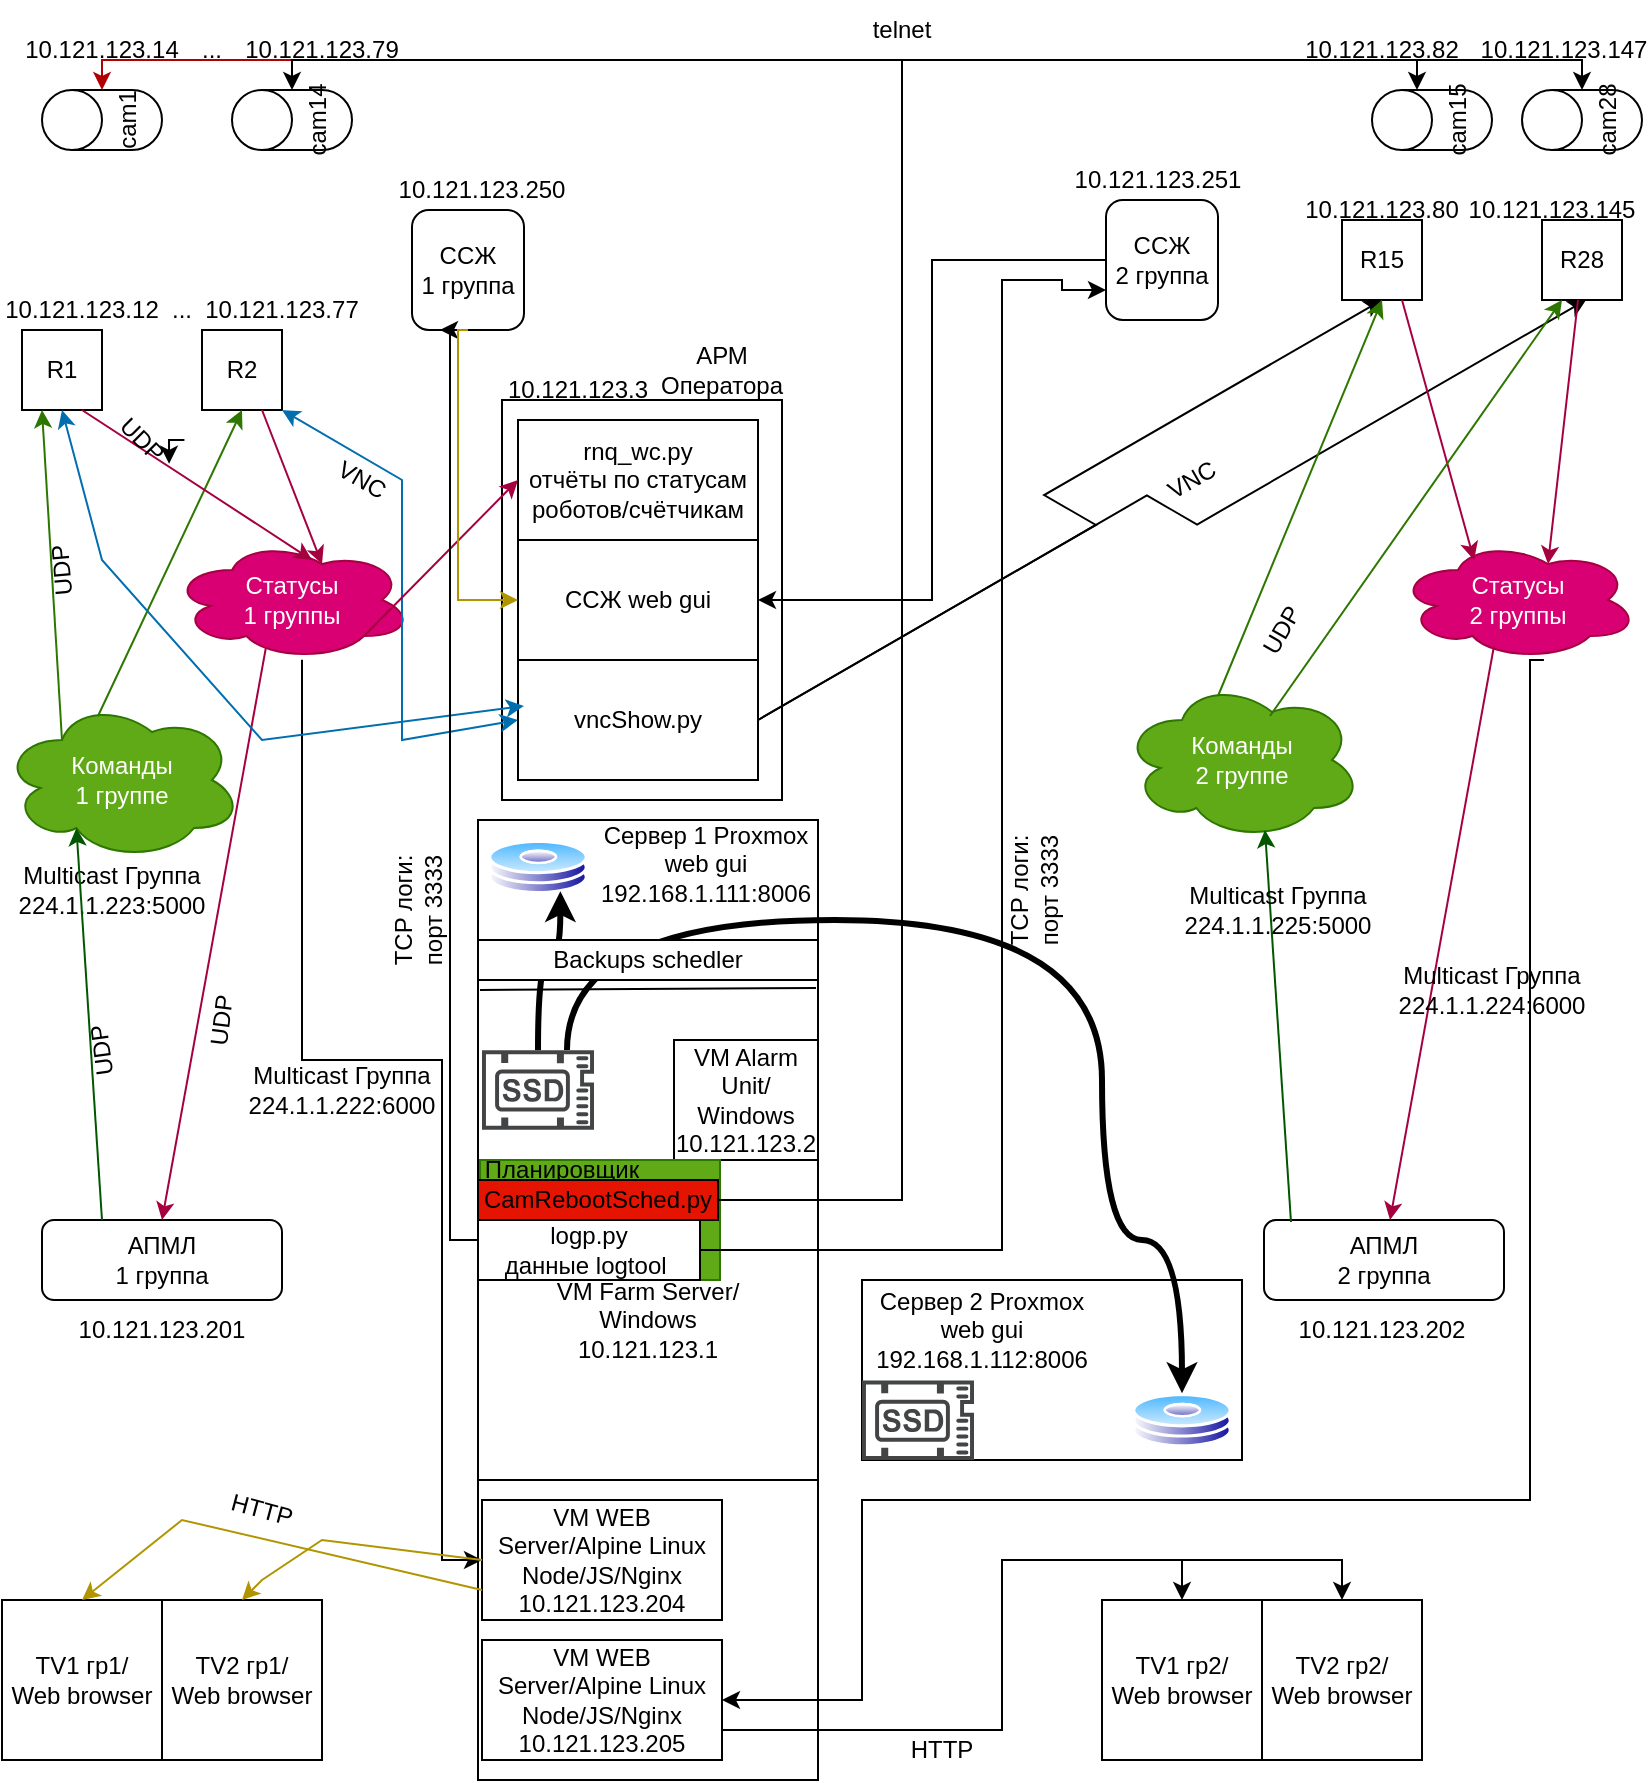
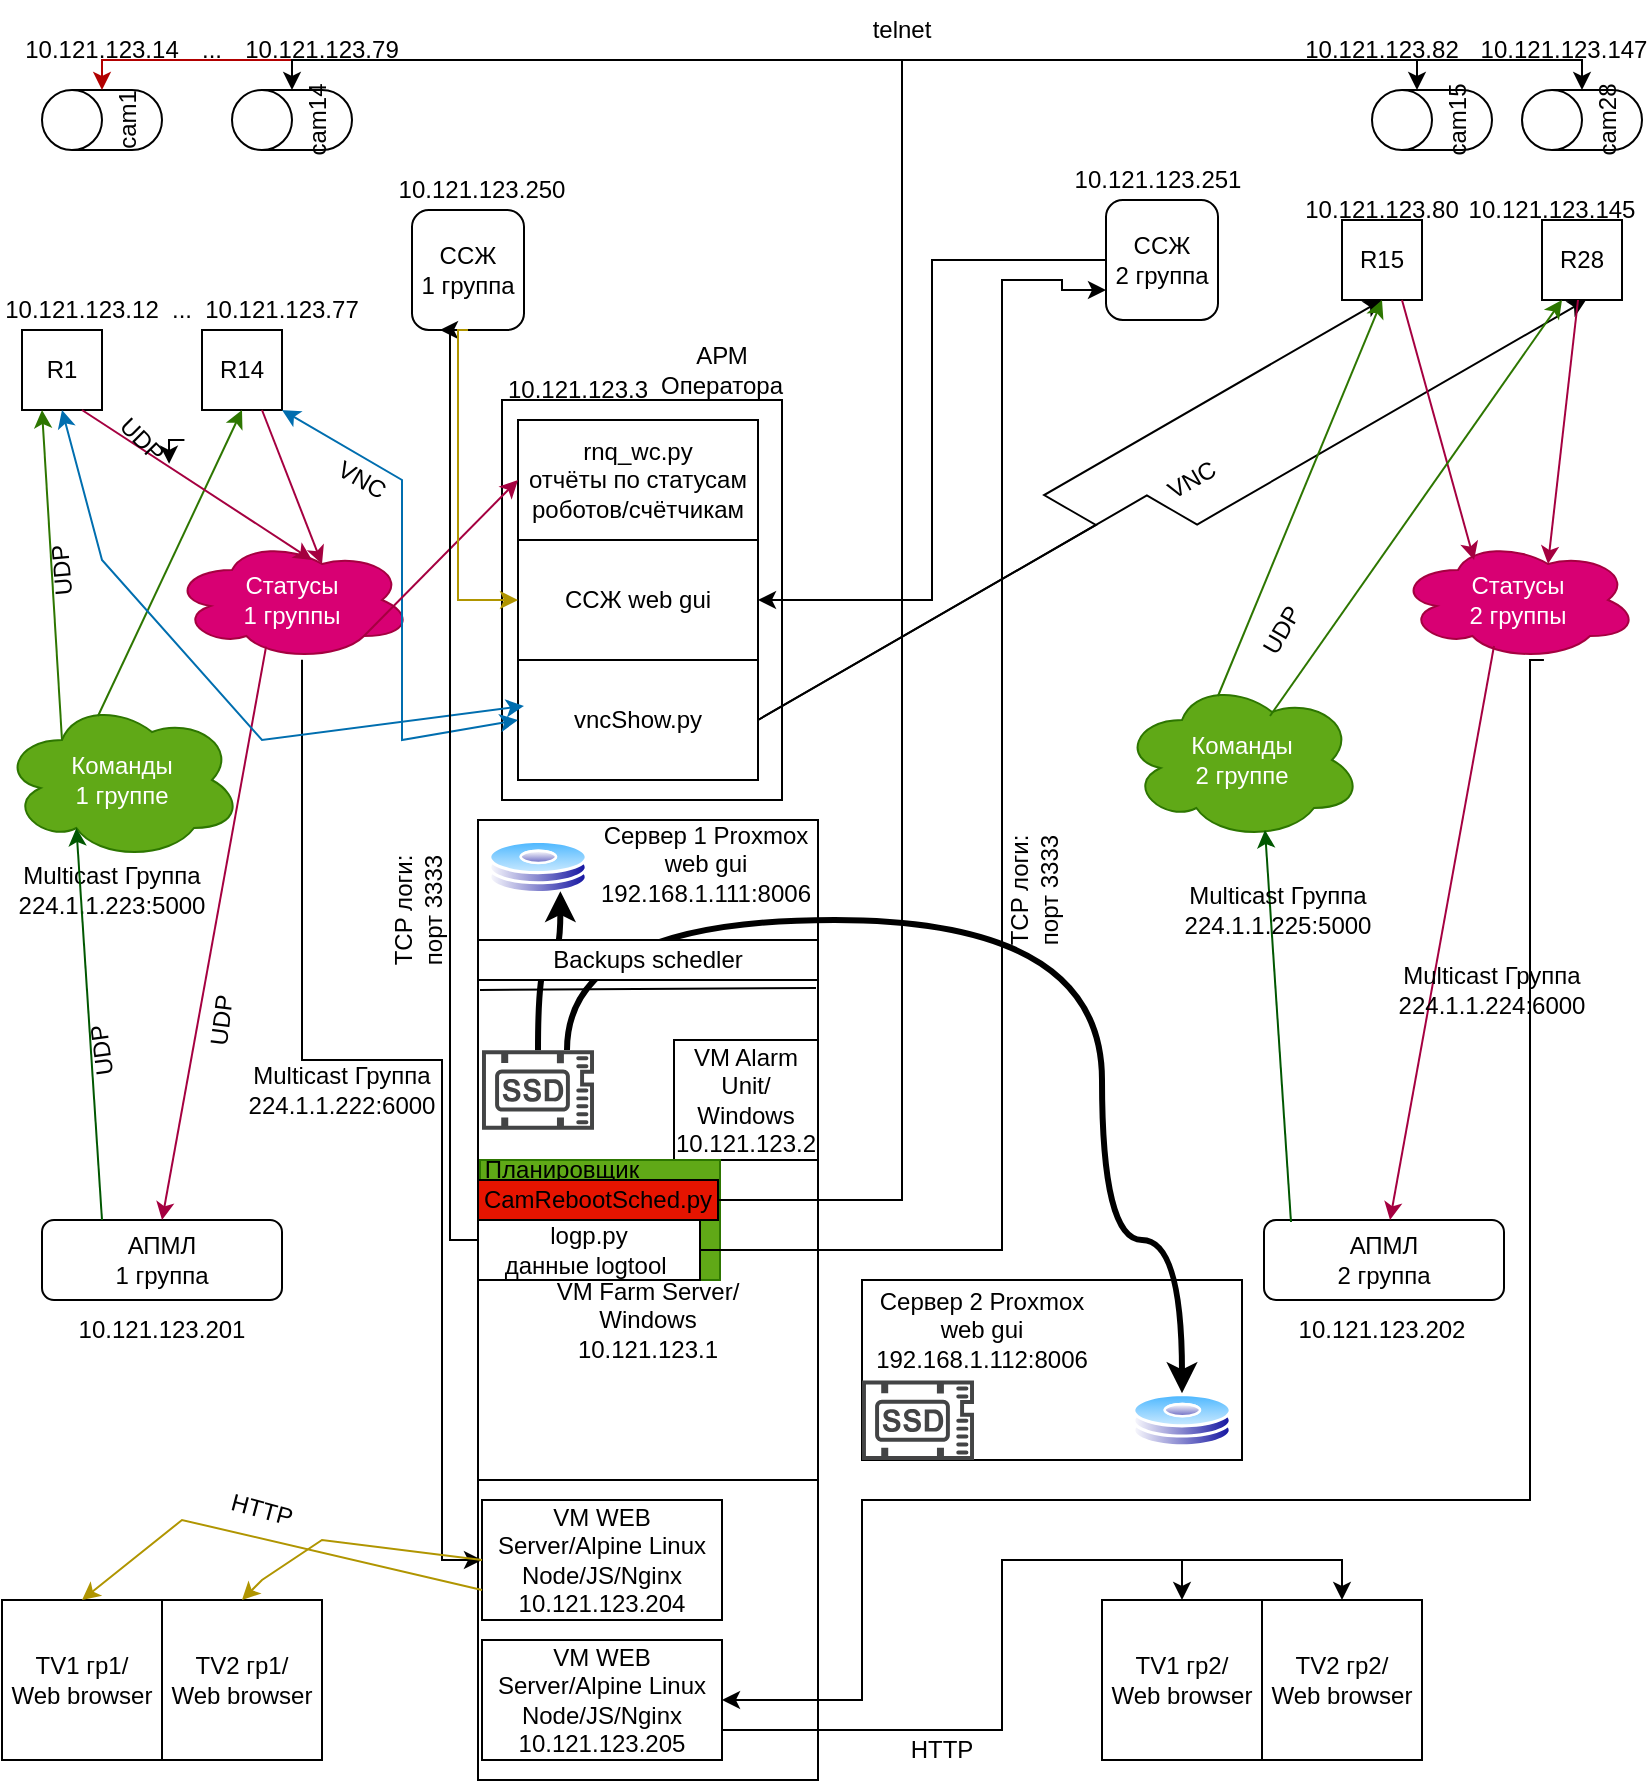
<mxfile host="app.diagrams.net" agent="Mozilla/5.0 (Macintosh; Intel Mac OS X 10_15_7) AppleWebKit/605.1.15 (KHTML, like Gecko) Version/18.4 Safari/605.1.15">
  <diagram name="Common" id="kNre07OXL5QUW6hjHVb_">
    <mxGraphModel dx="1248" dy="847" grid="1" gridSize="10" guides="1" tooltips="1" connect="1" arrows="1" fold="1" page="1" pageScale="1" pageWidth="827" pageHeight="1169" math="0" shadow="0">
      <root>
        <mxCell id="0" />
        <mxCell id="1" parent="0" />
        <mxCell id="9Vli-bCbQJat1Q8ghpv_-9" parent="1" style="rounded=0;whiteSpace=wrap;html=1;" value="" vertex="1">
          <mxGeometry height="480" width="170" x="238" y="580" as="geometry" />
        </mxCell>
        <mxCell id="9Vli-bCbQJat1Q8ghpv_-1" parent="1" style="rounded=0;whiteSpace=wrap;html=1;" value="R1" vertex="1">
          <mxGeometry height="40" width="40" x="10" y="335" as="geometry" />
        </mxCell>
-         <mxCell id="9Vli-bCbQJat1Q8ghpv_-2" parent="1" style="rounded=0;whiteSpace=wrap;html=1;" value="R2" vertex="1">
+         <mxCell id="9Vli-bCbQJat1Q8ghpv_-2" parent="1" style="rounded=0;whiteSpace=wrap;html=1;" value="R14" vertex="1">
          <mxGeometry height="40" width="40" x="100" y="335" as="geometry" />
        </mxCell>
        <mxCell id="9Vli-bCbQJat1Q8ghpv_-3" parent="1" style="rounded=1;whiteSpace=wrap;html=1;" value="АПМЛ&lt;div&gt;1 группа&lt;/div&gt;" vertex="1">
          <mxGeometry height="40" width="120" x="20" y="780" as="geometry" />
        </mxCell>
        <mxCell id="MIcNWfqu2G7UR8mHNEVn-12" edge="1" parent="1" source="9Vli-bCbQJat1Q8ghpv_-6" style="edgeStyle=orthogonalEdgeStyle;rounded=0;orthogonalLoop=1;jettySize=auto;html=1;entryX=0;entryY=0.5;entryDx=0;entryDy=0;fontColor=light-dark(#000000,#FF00FF);strokeColor=light-dark(#000000,#FFA9E0);" target="9Vli-bCbQJat1Q8ghpv_-14">
          <mxGeometry relative="1" as="geometry">
            <Array as="points">
              <mxPoint x="150" y="700" />
              <mxPoint x="220" y="700" />
              <mxPoint x="220" y="950" />
            </Array>
          </mxGeometry>
        </mxCell>
        <mxCell id="9Vli-bCbQJat1Q8ghpv_-6" parent="1" style="ellipse;shape=cloud;whiteSpace=wrap;html=1;fillColor=#d80073;fontColor=#ffffff;strokeColor=#A50040;" value="Статусы&lt;div&gt;1 группы&lt;/div&gt;" vertex="1">
          <mxGeometry height="60" width="120" x="85" y="440" as="geometry" />
        </mxCell>
        <mxCell id="9Vli-bCbQJat1Q8ghpv_-7" parent="1" style="ellipse;shape=cloud;whiteSpace=wrap;html=1;fillColor=#60a917;fontColor=#ffffff;strokeColor=#2D7600;" value="Команды&lt;div&gt;1 группе&lt;/div&gt;" vertex="1">
          <mxGeometry height="80" width="120" y="520" as="geometry" />
        </mxCell>
        <mxCell id="9Vli-bCbQJat1Q8ghpv_-8" parent="1" style="rounded=1;whiteSpace=wrap;html=1;" value="ССЖ&lt;div&gt;1 группа&lt;/div&gt;" vertex="1">
          <mxGeometry height="60" width="56" x="205" y="275" as="geometry" />
        </mxCell>
        <mxCell id="9Vli-bCbQJat1Q8ghpv_-10" parent="1" style="whiteSpace=wrap;html=1;aspect=fixed;" value="TV2 гр1/&lt;div&gt;Web browser&lt;/div&gt;" vertex="1">
          <mxGeometry height="80" width="80" x="80" y="970" as="geometry" />
        </mxCell>
        <mxCell id="9Vli-bCbQJat1Q8ghpv_-11" edge="1" parent="1" source="9Vli-bCbQJat1Q8ghpv_-2" style="endArrow=classic;html=1;rounded=0;entryX=0.625;entryY=0.2;entryDx=0;entryDy=0;entryPerimeter=0;exitX=0.75;exitY=1;exitDx=0;exitDy=0;fillColor=#d80073;strokeColor=#A50040;" target="9Vli-bCbQJat1Q8ghpv_-6" value="">
          <mxGeometry height="50" relative="1" width="50" as="geometry">
            <mxPoint x="192.5" y="270" as="sourcePoint" />
            <mxPoint x="440" y="450" as="targetPoint" />
          </mxGeometry>
        </mxCell>
        <mxCell id="9Vli-bCbQJat1Q8ghpv_-12" edge="1" parent="1" source="9Vli-bCbQJat1Q8ghpv_-7" style="endArrow=classic;html=1;rounded=0;entryX=0.25;entryY=1;entryDx=0;entryDy=0;exitX=0.25;exitY=0.25;exitDx=0;exitDy=0;exitPerimeter=0;fillColor=#60a917;strokeColor=#2D7600;" target="9Vli-bCbQJat1Q8ghpv_-1" value="">
          <mxGeometry height="50" relative="1" width="50" as="geometry">
            <mxPoint x="390" y="500" as="sourcePoint" />
            <mxPoint x="120" y="270" as="targetPoint" />
          </mxGeometry>
        </mxCell>
        <mxCell id="9Vli-bCbQJat1Q8ghpv_-13" edge="1" parent="1" source="9Vli-bCbQJat1Q8ghpv_-6" style="endArrow=classic;html=1;rounded=0;entryX=0.5;entryY=0;entryDx=0;entryDy=0;exitX=0.392;exitY=0.888;exitDx=0;exitDy=0;exitPerimeter=0;fillColor=#d80073;strokeColor=#A50040;" target="9Vli-bCbQJat1Q8ghpv_-3" value="">
          <mxGeometry height="50" relative="1" width="50" as="geometry">
            <mxPoint x="390" y="500" as="sourcePoint" />
            <mxPoint x="440" y="450" as="targetPoint" />
          </mxGeometry>
        </mxCell>
        <mxCell id="9Vli-bCbQJat1Q8ghpv_-14" parent="1" style="rounded=0;whiteSpace=wrap;html=1;" value="VM WEB&lt;div&gt;Server/Alpine Linux&lt;/div&gt;&lt;div&gt;&lt;div&gt;Node/JS/Nginx&lt;/div&gt;&lt;/div&gt;&lt;div&gt;10.121.123.204&lt;/div&gt;" vertex="1">
          <mxGeometry height="60" width="120" x="240" y="920" as="geometry" />
        </mxCell>
        <mxCell id="9Vli-bCbQJat1Q8ghpv_-15" parent="1" style="rounded=0;whiteSpace=wrap;html=1;" value="VM Alarm Unit/&lt;div&gt;Windows&lt;/div&gt;&lt;div&gt;10.121.123.2&lt;/div&gt;" vertex="1">
          <mxGeometry height="60" width="72" x="336" y="690" as="geometry" />
        </mxCell>
        <mxCell id="9Vli-bCbQJat1Q8ghpv_-16" parent="1" style="rounded=0;whiteSpace=wrap;html=1;fillColor=light-dark(#FFFFFF,#FF0000);" value="VM Farm Server/&lt;div&gt;Windows&lt;/div&gt;&lt;div&gt;10.121.123.1&lt;/div&gt;" vertex="1">
          <mxGeometry height="160" width="170" x="238" y="750" as="geometry" />
        </mxCell>
        <mxCell id="9Vli-bCbQJat1Q8ghpv_-17" parent="1" style="text;html=1;whiteSpace=wrap;strokeColor=none;fillColor=none;align=center;verticalAlign=middle;rounded=0;" value="Сервер 1 Proxmox web gui&lt;div&gt;192.168.1.111:8006&lt;/div&gt;" vertex="1">
          <mxGeometry height="30" width="100" x="302" y="587" as="geometry" />
        </mxCell>
        <mxCell id="9Vli-bCbQJat1Q8ghpv_-18" parent="1" style="rounded=0;whiteSpace=wrap;html=1;fillColor=light-dark(#FFFFFF,#999900);" value="" vertex="1">
          <mxGeometry height="200" width="140" x="250" y="370" as="geometry" />
        </mxCell>
        <mxCell id="9Vli-bCbQJat1Q8ghpv_-19" parent="1" style="text;html=1;whiteSpace=wrap;strokeColor=none;fillColor=none;align=center;verticalAlign=middle;rounded=0;" value="АРМ Оператора" vertex="1">
          <mxGeometry height="30" width="60" x="330" y="340" as="geometry" />
        </mxCell>
        <mxCell id="9Vli-bCbQJat1Q8ghpv_-20" parent="1" style="rounded=0;whiteSpace=wrap;html=1;" value="rnq_wc.py&lt;div&gt;отчёты по статусам роботов/счётчикам&lt;/div&gt;" vertex="1">
          <mxGeometry height="60" width="120" x="258" y="380" as="geometry" />
        </mxCell>
        <mxCell id="MIcNWfqu2G7UR8mHNEVn-50" edge="1" parent="1" source="9Vli-bCbQJat1Q8ghpv_-25" style="edgeStyle=isometricEdgeStyle;rounded=0;orthogonalLoop=1;jettySize=auto;html=1;entryX=0.5;entryY=1;entryDx=0;entryDy=0;exitX=1;exitY=0.5;exitDx=0;exitDy=0;strokeColor=light-dark(#000000,#51AFE7);" target="MIcNWfqu2G7UR8mHNEVn-15">
          <mxGeometry relative="1" as="geometry" />
        </mxCell>
        <mxCell id="MIcNWfqu2G7UR8mHNEVn-51" edge="1" parent="1" source="9Vli-bCbQJat1Q8ghpv_-25" style="edgeStyle=isometricEdgeStyle;rounded=0;orthogonalLoop=1;jettySize=auto;html=1;exitX=1;exitY=0.5;exitDx=0;exitDy=0;strokeColor=light-dark(#000000,#51AFE7);">
          <mxGeometry relative="1" as="geometry">
            <mxPoint x="792" y="320" as="targetPoint" />
          </mxGeometry>
        </mxCell>
        <mxCell id="9Vli-bCbQJat1Q8ghpv_-25" parent="1" style="rounded=0;whiteSpace=wrap;html=1;" value="vncShow.py" vertex="1">
          <mxGeometry height="60" width="120" x="258" y="500" as="geometry" />
        </mxCell>
        <mxCell id="9Vli-bCbQJat1Q8ghpv_-26" edge="1" parent="1" source="9Vli-bCbQJat1Q8ghpv_-25" style="endArrow=classic;startArrow=classic;html=1;rounded=0;exitX=0;exitY=0.5;exitDx=0;exitDy=0;fillColor=#1ba1e2;strokeColor=#006EAF;entryX=1;entryY=1;entryDx=0;entryDy=0;" target="9Vli-bCbQJat1Q8ghpv_-2" value="">
          <mxGeometry height="50" relative="1" width="50" as="geometry">
            <Array as="points">
              <mxPoint x="200" y="540" />
              <mxPoint x="200" y="410" />
            </Array>
            <mxPoint x="390" y="500" as="sourcePoint" />
            <mxPoint x="210" y="120" as="targetPoint" />
          </mxGeometry>
        </mxCell>
        <mxCell id="9Vli-bCbQJat1Q8ghpv_-27" parent="1" style="text;html=1;whiteSpace=wrap;strokeColor=none;fillColor=none;align=center;verticalAlign=middle;rounded=0;rotation=30;fontColor=light-dark(#000000,#51AFE7);" value="VNC" vertex="1">
          <mxGeometry height="30" width="60" x="150" y="395" as="geometry" />
        </mxCell>
        <mxCell id="9Vli-bCbQJat1Q8ghpv_-29" parent="1" style="text;html=1;whiteSpace=wrap;strokeColor=none;fillColor=none;align=center;verticalAlign=middle;rounded=0;fontColor=light-dark(#000000,#4A890C);" value="Multicast Группа 224.1.1.223:5000" vertex="1">
          <mxGeometry height="30" width="60" x="25" y="600" as="geometry" />
        </mxCell>
        <mxCell id="9Vli-bCbQJat1Q8ghpv_-32" parent="1" style="rounded=0;whiteSpace=wrap;html=1;" value="ССЖ web gui" vertex="1">
          <mxGeometry height="60" width="120" x="258" y="440" as="geometry" />
        </mxCell>
        <mxCell id="9Vli-bCbQJat1Q8ghpv_-33" edge="1" parent="1" source="9Vli-bCbQJat1Q8ghpv_-6" style="endArrow=classic;html=1;rounded=0;exitX=0.8;exitY=0.8;exitDx=0;exitDy=0;exitPerimeter=0;entryX=0;entryY=0.5;entryDx=0;entryDy=0;fillColor=#d80073;strokeColor=#A50040;" target="9Vli-bCbQJat1Q8ghpv_-20" value="">
          <mxGeometry height="50" relative="1" width="50" as="geometry">
            <mxPoint x="390" y="530" as="sourcePoint" />
            <mxPoint x="440" y="480" as="targetPoint" />
          </mxGeometry>
        </mxCell>
        <mxCell id="9Vli-bCbQJat1Q8ghpv_-34" edge="1" parent="1" source="9Vli-bCbQJat1Q8ghpv_-3" style="endArrow=classic;html=1;rounded=0;exitX=0.25;exitY=0;exitDx=0;exitDy=0;entryX=0.31;entryY=0.8;entryDx=0;entryDy=0;entryPerimeter=0;fillColor=#008a00;strokeColor=#005700;" target="9Vli-bCbQJat1Q8ghpv_-7" value="">
          <mxGeometry height="50" relative="1" width="50" as="geometry">
            <mxPoint x="390" y="530" as="sourcePoint" />
            <mxPoint x="440" y="480" as="targetPoint" />
          </mxGeometry>
        </mxCell>
        <mxCell id="9Vli-bCbQJat1Q8ghpv_-35" parent="1" style="shape=cylinder3;whiteSpace=wrap;html=1;boundedLbl=1;backgroundOutline=1;size=15;rotation=-90;" value="cam1" vertex="1">
          <mxGeometry height="60" width="30" x="35" y="200" as="geometry" />
        </mxCell>
        <mxCell id="9Vli-bCbQJat1Q8ghpv_-36" parent="1" style="shape=cylinder3;whiteSpace=wrap;html=1;boundedLbl=1;backgroundOutline=1;size=15;rotation=-90;" value="cam14" vertex="1">
          <mxGeometry height="60" width="30" x="130" y="200" as="geometry" />
        </mxCell>
        <mxCell id="9Vli-bCbQJat1Q8ghpv_-39" edge="1" parent="1" source="9Vli-bCbQJat1Q8ghpv_-7" style="endArrow=classic;html=1;rounded=0;exitX=0.4;exitY=0.1;exitDx=0;exitDy=0;exitPerimeter=0;entryX=0.5;entryY=1;entryDx=0;entryDy=0;fillColor=#60a917;strokeColor=#2D7600;" target="9Vli-bCbQJat1Q8ghpv_-2" value="">
          <mxGeometry height="50" relative="1" width="50" as="geometry">
            <mxPoint x="390" y="400" as="sourcePoint" />
            <mxPoint x="440" y="350" as="targetPoint" />
          </mxGeometry>
        </mxCell>
        <mxCell id="9Vli-bCbQJat1Q8ghpv_-40" edge="1" parent="1" source="9Vli-bCbQJat1Q8ghpv_-1" style="endArrow=classic;html=1;rounded=0;entryX=0.75;entryY=1;entryDx=0;entryDy=0;fillColor=#d80073;strokeColor=#A50040;exitX=0.75;exitY=1;exitDx=0;exitDy=0;" value="">
          <mxGeometry height="50" relative="1" width="50" as="geometry">
            <mxPoint x="150" y="120" as="sourcePoint" />
            <mxPoint x="155" y="450" as="targetPoint" />
          </mxGeometry>
        </mxCell>
        <mxCell id="9Vli-bCbQJat1Q8ghpv_-41" edge="1" parent="1" source="9Vli-bCbQJat1Q8ghpv_-25" style="endArrow=classic;startArrow=classic;html=1;rounded=0;exitX=0.025;exitY=0.383;exitDx=0;exitDy=0;exitPerimeter=0;fillColor=#1ba1e2;strokeColor=#006EAF;entryX=0.5;entryY=1;entryDx=0;entryDy=0;" target="9Vli-bCbQJat1Q8ghpv_-1" value="">
          <mxGeometry height="50" relative="1" width="50" as="geometry">
            <Array as="points">
              <mxPoint x="130" y="540" />
              <mxPoint x="50" y="450" />
            </Array>
            <mxPoint x="170" y="670" as="sourcePoint" />
            <mxPoint x="140" y="120" as="targetPoint" />
          </mxGeometry>
        </mxCell>
        <mxCell id="9Vli-bCbQJat1Q8ghpv_-45" parent="1" style="text;html=1;whiteSpace=wrap;strokeColor=none;fillColor=none;align=center;verticalAlign=middle;rounded=0;rotation=0;fontColor=light-dark(#000000,#FFACAC);" value="telnet" vertex="1">
          <mxGeometry height="30" width="60" x="420" y="170" as="geometry" />
        </mxCell>
        <mxCell id="9Vli-bCbQJat1Q8ghpv_-50" edge="1" parent="1" source="9Vli-bCbQJat1Q8ghpv_-14" style="endArrow=classic;html=1;rounded=0;exitX=0;exitY=0.5;exitDx=0;exitDy=0;entryX=0.5;entryY=0;entryDx=0;entryDy=0;fillColor=#e3c800;strokeColor=#B09500;" target="9Vli-bCbQJat1Q8ghpv_-10" value="">
          <mxGeometry height="50" relative="1" width="50" as="geometry">
            <Array as="points">
              <mxPoint x="160" y="940" />
              <mxPoint x="130" y="960" />
            </Array>
            <mxPoint x="390" y="460" as="sourcePoint" />
            <mxPoint x="440" y="410" as="targetPoint" />
          </mxGeometry>
        </mxCell>
        <mxCell id="9Vli-bCbQJat1Q8ghpv_-53" parent="1" style="text;html=1;whiteSpace=wrap;strokeColor=none;fillColor=none;align=center;verticalAlign=middle;rounded=0;rotation=-90;" value="TCP логи: порт 3333" vertex="1">
          <mxGeometry height="30" width="60" x="178" y="610" as="geometry" />
        </mxCell>
        <mxCell id="pDRP3hoOsNH6IqBBJrl4-1" parent="1" style="text;html=1;whiteSpace=wrap;strokeColor=none;fillColor=none;align=center;verticalAlign=middle;rounded=0;" value="10.121.123.3" vertex="1">
          <mxGeometry height="30" width="60" x="258" y="350" as="geometry" />
        </mxCell>
        <mxCell id="pDRP3hoOsNH6IqBBJrl4-2" parent="1" style="text;html=1;whiteSpace=wrap;strokeColor=none;fillColor=none;align=center;verticalAlign=middle;rounded=0;" value="10.121.123.201" vertex="1">
          <mxGeometry height="30" width="60" x="50" y="820" as="geometry" />
        </mxCell>
        <mxCell id="pDRP3hoOsNH6IqBBJrl4-3" parent="1" style="text;html=1;whiteSpace=wrap;strokeColor=none;fillColor=none;align=center;verticalAlign=middle;rounded=0;" value="10.121.123.12" vertex="1">
          <mxGeometry height="30" width="60" x="10" y="310" as="geometry" />
        </mxCell>
        <mxCell id="pDRP3hoOsNH6IqBBJrl4-4" parent="1" style="text;html=1;whiteSpace=wrap;strokeColor=none;fillColor=none;align=center;verticalAlign=middle;rounded=0;" value="10.121.123.77" vertex="1">
          <mxGeometry height="30" width="60" x="110" y="310" as="geometry" />
        </mxCell>
        <mxCell id="pDRP3hoOsNH6IqBBJrl4-5" parent="1" style="text;html=1;whiteSpace=wrap;strokeColor=none;fillColor=none;align=center;verticalAlign=middle;rounded=0;" value="10.121.123.14" vertex="1">
          <mxGeometry height="30" width="60" x="20" y="180" as="geometry" />
        </mxCell>
        <mxCell id="pDRP3hoOsNH6IqBBJrl4-9" parent="1" style="whiteSpace=wrap;html=1;aspect=fixed;" value="TV1 гр1/&lt;div&gt;Web browser&lt;/div&gt;" vertex="1">
          <mxGeometry height="80" width="80" y="970" as="geometry" />
        </mxCell>
        <mxCell id="pDRP3hoOsNH6IqBBJrl4-10" edge="1" parent="1" source="9Vli-bCbQJat1Q8ghpv_-14" style="endArrow=classic;html=1;rounded=0;exitX=0;exitY=0.75;exitDx=0;exitDy=0;fillColor=#e3c800;strokeColor=#B09500;entryX=0.5;entryY=0;entryDx=0;entryDy=0;" target="pDRP3hoOsNH6IqBBJrl4-9" value="">
          <mxGeometry height="50" relative="1" width="50" as="geometry">
            <Array as="points">
              <mxPoint x="90" y="930" />
            </Array>
            <mxPoint x="540" y="810" as="sourcePoint" />
            <mxPoint x="580" y="170" as="targetPoint" />
          </mxGeometry>
        </mxCell>
        <mxCell id="pDRP3hoOsNH6IqBBJrl4-11" parent="1" style="text;html=1;whiteSpace=wrap;strokeColor=none;fillColor=none;align=center;verticalAlign=middle;rounded=0;rotation=15;fontColor=light-dark(#000000,#AA7942);" value="HTTP" vertex="1">
          <mxGeometry height="30" width="60" x="99.99599361155867" y="910.0010807734623" as="geometry" />
        </mxCell>
        <mxCell id="pDRP3hoOsNH6IqBBJrl4-13" parent="1" style="text;html=1;whiteSpace=wrap;strokeColor=none;fillColor=none;align=center;verticalAlign=middle;rounded=0;rotation=-82.9;fontColor=light-dark(#000000,#FFA9E0);" value="UDP" vertex="1">
          <mxGeometry height="30" width="60" x="79.99895525537022" y="665.001561625191" as="geometry" />
        </mxCell>
        <mxCell id="pDRP3hoOsNH6IqBBJrl4-14" parent="1" style="text;html=1;whiteSpace=wrap;strokeColor=none;fillColor=none;align=center;verticalAlign=middle;rounded=0;rotation=-97.7;fontColor=light-dark(#000000,#4A890C);" value="UDP" vertex="1">
          <mxGeometry height="30" width="60" x="20.003023370497118" y="680.003980287672" as="geometry" />
        </mxCell>
        <mxCell id="pDRP3hoOsNH6IqBBJrl4-15" parent="1" style="text;html=1;whiteSpace=wrap;strokeColor=none;fillColor=none;align=center;verticalAlign=middle;rounded=0;rotation=45;fontColor=light-dark(#000000,#FF40FF);" value="UDP" vertex="1">
          <mxGeometry height="30" width="60" x="39.99433355827131" y="374.9992887727194" as="geometry" />
        </mxCell>
        <mxCell id="pDRP3hoOsNH6IqBBJrl4-16" parent="1" style="text;html=1;whiteSpace=wrap;strokeColor=none;fillColor=none;align=center;verticalAlign=middle;rounded=0;rotation=-95;fontColor=light-dark(#000000,#669C35);" value="UDP" vertex="1">
          <mxGeometry height="30" width="60" x="0.0034587474116563044" y="440.00006046520986" as="geometry" />
        </mxCell>
        <mxCell id="pDRP3hoOsNH6IqBBJrl4-17" parent="1" style="text;html=1;whiteSpace=wrap;strokeColor=none;fillColor=none;align=center;verticalAlign=middle;rounded=0;" value="..." vertex="1">
          <mxGeometry height="30" width="60" x="75" y="180" as="geometry" />
        </mxCell>
        <mxCell id="pDRP3hoOsNH6IqBBJrl4-19" parent="1" style="text;html=1;whiteSpace=wrap;strokeColor=none;fillColor=none;align=center;verticalAlign=middle;rounded=0;" value="..." vertex="1">
          <mxGeometry height="30" width="60" x="60" y="310" as="geometry" />
        </mxCell>
        <mxCell id="gUFCSbxJNFJtdSgufsqY-6" edge="1" parent="1" source="9Vli-bCbQJat1Q8ghpv_-22" style="edgeStyle=orthogonalEdgeStyle;rounded=0;orthogonalLoop=1;jettySize=auto;html=1;entryX=0.25;entryY=1;entryDx=0;entryDy=0;" target="9Vli-bCbQJat1Q8ghpv_-8">
          <mxGeometry relative="1" as="geometry">
            <Array as="points">
              <mxPoint x="224" y="790" />
            </Array>
          </mxGeometry>
        </mxCell>
        <mxCell id="MIcNWfqu2G7UR8mHNEVn-4" edge="1" parent="1" source="9Vli-bCbQJat1Q8ghpv_-21" style="edgeStyle=orthogonalEdgeStyle;rounded=0;orthogonalLoop=1;jettySize=auto;html=1;exitX=1;exitY=0.5;exitDx=0;exitDy=0;entryX=1;entryY=0.5;entryDx=0;entryDy=0;entryPerimeter=0;fillColor=#e51400;strokeColor=#B20000;" target="9Vli-bCbQJat1Q8ghpv_-35" value="">
          <mxGeometry relative="1" as="geometry">
            <Array as="points">
              <mxPoint x="450" y="770" />
              <mxPoint x="450" y="200" />
              <mxPoint x="50" y="200" />
            </Array>
            <mxPoint x="760" y="650" as="sourcePoint" />
            <mxPoint x="158" y="215" as="targetPoint" />
          </mxGeometry>
        </mxCell>
        <mxCell id="pDRP3hoOsNH6IqBBJrl4-6" parent="1" style="text;html=1;whiteSpace=wrap;strokeColor=none;fillColor=none;align=center;verticalAlign=middle;rounded=0;" value="10.121.123.79" vertex="1">
          <mxGeometry height="30" width="60" x="130" y="180" as="geometry" />
        </mxCell>
        <mxCell id="MIcNWfqu2G7UR8mHNEVn-59" edge="1" parent="1" source="MIcNWfqu2G7UR8mHNEVn-5" style="edgeStyle=orthogonalEdgeStyle;rounded=0;orthogonalLoop=1;jettySize=auto;html=1;entryX=0.5;entryY=0;entryDx=0;entryDy=0;exitX=1;exitY=0.75;exitDx=0;exitDy=0;strokeColor=light-dark(#000000,#8D7600);" target="MIcNWfqu2G7UR8mHNEVn-32">
          <mxGeometry relative="1" as="geometry">
            <Array as="points">
              <mxPoint x="500" y="1035" />
              <mxPoint x="500" y="950" />
              <mxPoint x="590" y="950" />
            </Array>
          </mxGeometry>
        </mxCell>
        <mxCell id="MIcNWfqu2G7UR8mHNEVn-60" edge="1" parent="1" source="MIcNWfqu2G7UR8mHNEVn-5" style="edgeStyle=orthogonalEdgeStyle;rounded=0;orthogonalLoop=1;jettySize=auto;html=1;entryX=0.5;entryY=0;entryDx=0;entryDy=0;exitX=1;exitY=0.75;exitDx=0;exitDy=0;strokeColor=light-dark(#000000,#8D7600);" target="MIcNWfqu2G7UR8mHNEVn-33">
          <mxGeometry relative="1" as="geometry">
            <Array as="points">
              <mxPoint x="500" y="1035" />
              <mxPoint x="500" y="950" />
              <mxPoint x="670" y="950" />
            </Array>
          </mxGeometry>
        </mxCell>
        <mxCell id="MIcNWfqu2G7UR8mHNEVn-5" parent="1" style="rounded=0;whiteSpace=wrap;html=1;" value="VM WEB&lt;div&gt;Server/Alpine Linux&lt;/div&gt;&lt;div&gt;Node/JS/Nginx&lt;/div&gt;&lt;div&gt;10.121.123.205&lt;/div&gt;" vertex="1">
          <mxGeometry height="60" width="120" x="240" y="990" as="geometry" />
        </mxCell>
        <mxCell id="9Vli-bCbQJat1Q8ghpv_-52" edge="1" parent="1" source="9Vli-bCbQJat1Q8ghpv_-8" style="edgeStyle=orthogonalEdgeStyle;rounded=0;orthogonalLoop=1;jettySize=auto;html=1;entryX=0;entryY=0.5;entryDx=0;entryDy=0;fillColor=#e3c800;strokeColor=#B09500;exitX=0.5;exitY=1;exitDx=0;exitDy=0;" target="9Vli-bCbQJat1Q8ghpv_-32">
          <mxGeometry relative="1" as="geometry">
            <Array as="points">
              <mxPoint x="228" y="470" />
            </Array>
          </mxGeometry>
        </mxCell>
        <mxCell id="9Vli-bCbQJat1Q8ghpv_-42" parent="1" style="text;html=1;whiteSpace=wrap;strokeColor=none;fillColor=none;align=center;verticalAlign=middle;rounded=0;fontColor=light-dark(#000000,#FFA9E0);" value="Multicast Группа 224.1.1.222:6000" vertex="1">
          <mxGeometry height="30" width="60" x="140" y="700" as="geometry" />
        </mxCell>
        <mxCell id="gUFCSbxJNFJtdSgufsqY-3" parent="1" style="rounded=0;whiteSpace=wrap;html=1;fillColor=#60a917;fontColor=#ffffff;strokeColor=#2D7600;" value="" vertex="1">
          <mxGeometry height="60" width="120" x="239" y="750" as="geometry" />
        </mxCell>
        <mxCell id="gUFCSbxJNFJtdSgufsqY-4" parent="1" style="text;html=1;whiteSpace=wrap;strokeColor=none;fillColor=none;align=center;verticalAlign=middle;rounded=0;rotation=0;" value="Планировщик" vertex="1">
          <mxGeometry height="30" width="60" x="250" y="740" as="geometry" />
        </mxCell>
        <mxCell id="9Vli-bCbQJat1Q8ghpv_-21" parent="1" style="rounded=0;whiteSpace=wrap;html=1;fillColor=#E51400;fontColor=#000000;" value="&lt;span style=&quot;color: light-dark(rgb(0, 0, 0), rgb(0, 0, 0));&quot;&gt;CamRebootSched.py&lt;/span&gt;" vertex="1">
          <mxGeometry height="20" width="120" x="238" y="760" as="geometry" />
        </mxCell>
        <mxCell id="MIcNWfqu2G7UR8mHNEVn-11" parent="1" style="text;html=1;whiteSpace=wrap;strokeColor=none;fillColor=none;align=center;verticalAlign=middle;rounded=0;" value="10.121.123.250" vertex="1">
          <mxGeometry height="30" width="60" x="210" y="250" as="geometry" />
        </mxCell>
        <mxCell id="MIcNWfqu2G7UR8mHNEVn-19" edge="1" parent="1" source="9Vli-bCbQJat1Q8ghpv_-22" style="edgeStyle=orthogonalEdgeStyle;rounded=0;orthogonalLoop=1;jettySize=auto;html=1;entryX=0;entryY=0.75;entryDx=0;entryDy=0;" target="MIcNWfqu2G7UR8mHNEVn-16">
          <mxGeometry relative="1" as="geometry">
            <Array as="points">
              <mxPoint x="500" y="795" />
              <mxPoint x="500" y="310" />
              <mxPoint x="530" y="310" />
              <mxPoint x="530" y="315" />
            </Array>
          </mxGeometry>
        </mxCell>
        <mxCell id="9Vli-bCbQJat1Q8ghpv_-22" parent="1" style="rounded=0;whiteSpace=wrap;html=1;" value="logp.py&lt;div&gt;данные logtool&amp;nbsp;&lt;/div&gt;" vertex="1">
          <mxGeometry height="30" width="111" x="238" y="780" as="geometry" />
        </mxCell>
        <mxCell id="MIcNWfqu2G7UR8mHNEVn-14" parent="1" style="rounded=0;whiteSpace=wrap;html=1;" value="R28" vertex="1">
          <mxGeometry height="40" width="40" x="770" y="280" as="geometry" />
        </mxCell>
        <mxCell id="MIcNWfqu2G7UR8mHNEVn-15" parent="1" style="rounded=0;whiteSpace=wrap;html=1;" value="R15" vertex="1">
          <mxGeometry height="40" width="40" x="670" y="280" as="geometry" />
        </mxCell>
        <mxCell id="MIcNWfqu2G7UR8mHNEVn-21" edge="1" parent="1" source="MIcNWfqu2G7UR8mHNEVn-16" style="edgeStyle=orthogonalEdgeStyle;rounded=0;orthogonalLoop=1;jettySize=auto;html=1;entryX=1;entryY=0.5;entryDx=0;entryDy=0;strokeColor=light-dark(#000000,#8D7600);" target="9Vli-bCbQJat1Q8ghpv_-32">
          <mxGeometry relative="1" as="geometry" />
        </mxCell>
        <mxCell id="MIcNWfqu2G7UR8mHNEVn-16" parent="1" style="rounded=1;whiteSpace=wrap;html=1;" value="ССЖ&lt;div&gt;2 группа&lt;/div&gt;" vertex="1">
          <mxGeometry height="60" width="56" x="552" y="270" as="geometry" />
        </mxCell>
        <mxCell id="MIcNWfqu2G7UR8mHNEVn-18" parent="1" style="text;html=1;whiteSpace=wrap;strokeColor=none;fillColor=none;align=center;verticalAlign=middle;rounded=0;" value="10.121.123.251" vertex="1">
          <mxGeometry height="30" width="60" x="548" y="245" as="geometry" />
        </mxCell>
        <mxCell id="MIcNWfqu2G7UR8mHNEVn-20" parent="1" style="text;html=1;whiteSpace=wrap;strokeColor=none;fillColor=none;align=center;verticalAlign=middle;rounded=0;rotation=-90;" value="TCP логи: порт 3333" vertex="1">
          <mxGeometry height="30" width="60" x="486" y="600" as="geometry" />
        </mxCell>
        <mxCell id="MIcNWfqu2G7UR8mHNEVn-22" parent="1" style="shape=cylinder3;whiteSpace=wrap;html=1;boundedLbl=1;backgroundOutline=1;size=15;rotation=-90;" value="cam15" vertex="1">
          <mxGeometry height="60" width="30" x="700" y="200" as="geometry" />
        </mxCell>
        <mxCell id="MIcNWfqu2G7UR8mHNEVn-23" parent="1" style="shape=cylinder3;whiteSpace=wrap;html=1;boundedLbl=1;backgroundOutline=1;size=15;rotation=-90;" value="cam28" vertex="1">
          <mxGeometry height="60" width="30" x="775" y="200" as="geometry" />
        </mxCell>
        <mxCell id="MIcNWfqu2G7UR8mHNEVn-24" parent="1" style="rounded=1;whiteSpace=wrap;html=1;" value="АПМЛ&lt;div&gt;2 группа&lt;/div&gt;" vertex="1">
          <mxGeometry height="40" width="120" x="631" y="780" as="geometry" />
        </mxCell>
        <mxCell id="MIcNWfqu2G7UR8mHNEVn-25" parent="1" style="text;html=1;whiteSpace=wrap;strokeColor=none;fillColor=none;align=center;verticalAlign=middle;rounded=0;" value="10.121.123.202" vertex="1">
          <mxGeometry height="30" width="60" x="660" y="820" as="geometry" />
        </mxCell>
        <mxCell id="MIcNWfqu2G7UR8mHNEVn-26" parent="1" style="ellipse;shape=cloud;whiteSpace=wrap;html=1;fillColor=#60a917;fontColor=#ffffff;strokeColor=#2D7600;" value="Команды&lt;div&gt;2 группе&lt;/div&gt;" vertex="1">
          <mxGeometry height="80" width="120" x="560" y="510" as="geometry" />
        </mxCell>
        <mxCell id="MIcNWfqu2G7UR8mHNEVn-27" parent="1" style="ellipse;shape=cloud;whiteSpace=wrap;html=1;fillColor=#d80073;fontColor=#ffffff;strokeColor=#A50040;" value="Статусы&lt;div&gt;2 группы&lt;/div&gt;" vertex="1">
          <mxGeometry height="60" width="120" x="698" y="440" as="geometry" />
        </mxCell>
        <mxCell id="MIcNWfqu2G7UR8mHNEVn-28" edge="1" parent="1" style="endArrow=classic;html=1;rounded=0;exitX=0.25;exitY=0;exitDx=0;exitDy=0;entryX=0.31;entryY=0.8;entryDx=0;entryDy=0;entryPerimeter=0;fillColor=#008a00;strokeColor=#005700;" value="">
          <mxGeometry height="50" relative="1" width="50" as="geometry">
            <mxPoint x="644.5" y="781" as="sourcePoint" />
            <mxPoint x="631.5" y="585" as="targetPoint" />
          </mxGeometry>
        </mxCell>
        <mxCell id="MIcNWfqu2G7UR8mHNEVn-29" edge="1" parent="1" style="endArrow=classic;html=1;rounded=0;entryX=0.5;entryY=0;entryDx=0;entryDy=0;exitX=0.392;exitY=0.888;exitDx=0;exitDy=0;exitPerimeter=0;fillColor=#d80073;strokeColor=#A50040;" value="">
          <mxGeometry height="50" relative="1" width="50" as="geometry">
            <mxPoint x="746" y="493" as="sourcePoint" />
            <mxPoint x="694" y="780" as="targetPoint" />
          </mxGeometry>
        </mxCell>
        <mxCell id="MIcNWfqu2G7UR8mHNEVn-32" parent="1" style="whiteSpace=wrap;html=1;aspect=fixed;" value="TV1 гр2/&lt;div&gt;Web browser&lt;/div&gt;" vertex="1">
          <mxGeometry height="80" width="80" x="550" y="970" as="geometry" />
        </mxCell>
        <mxCell id="MIcNWfqu2G7UR8mHNEVn-33" parent="1" style="whiteSpace=wrap;html=1;aspect=fixed;" value="TV2 гр2/&lt;div&gt;Web browser&lt;/div&gt;" vertex="1">
          <mxGeometry height="80" width="80" x="630" y="970" as="geometry" />
        </mxCell>
        <mxCell id="MIcNWfqu2G7UR8mHNEVn-34" parent="1" style="rounded=0;whiteSpace=wrap;html=1;" value="" vertex="1">
          <mxGeometry height="90" width="190" x="430" y="810" as="geometry" />
        </mxCell>
        <mxCell id="MIcNWfqu2G7UR8mHNEVn-35" parent="1" style="text;html=1;whiteSpace=wrap;strokeColor=none;fillColor=none;align=center;verticalAlign=middle;rounded=0;" value="Сервер 2 Proxmox web gui&lt;div&gt;192.168.1.112:8006&lt;/div&gt;" vertex="1">
          <mxGeometry height="30" width="100" x="440" y="820" as="geometry" />
        </mxCell>
        <mxCell id="MIcNWfqu2G7UR8mHNEVn-36" parent="1" style="image;aspect=fixed;perimeter=ellipsePerimeter;html=1;align=center;shadow=0;dashed=0;spacingTop=3;image=img/lib/active_directory/hard_disk.svg;" value="" vertex="1">
          <mxGeometry height="27" width="50" x="565" y="866.62" as="geometry" />
        </mxCell>
        <mxCell id="MIcNWfqu2G7UR8mHNEVn-37" parent="1" style="image;aspect=fixed;perimeter=ellipsePerimeter;html=1;align=center;shadow=0;dashed=0;spacingTop=3;image=img/lib/active_directory/hard_disk.svg;" value="" vertex="1">
          <mxGeometry height="27" width="50" x="243" y="590" as="geometry" />
        </mxCell>
        <mxCell id="MIcNWfqu2G7UR8mHNEVn-74" edge="1" parent="1" source="MIcNWfqu2G7UR8mHNEVn-39" style="edgeStyle=orthogonalEdgeStyle;rounded=0;orthogonalLoop=1;jettySize=auto;html=1;entryX=0.75;entryY=1;entryDx=0;entryDy=0;curved=1;strokeColor=light-dark(#000000,#0000FF);strokeWidth=3;" target="MIcNWfqu2G7UR8mHNEVn-37">
          <mxGeometry relative="1" as="geometry">
            <Array as="points">
              <mxPoint x="268" y="650" />
              <mxPoint x="279" y="650" />
            </Array>
          </mxGeometry>
        </mxCell>
        <mxCell id="MIcNWfqu2G7UR8mHNEVn-39" parent="1" style="sketch=0;pointerEvents=1;shadow=0;dashed=0;html=1;strokeColor=none;fillColor=#434445;aspect=fixed;labelPosition=center;verticalLabelPosition=bottom;verticalAlign=top;align=center;outlineConnect=0;shape=mxgraph.vvd.ssd;" value="" vertex="1">
          <mxGeometry height="39.76" width="56" x="240" y="695.12" as="geometry" />
        </mxCell>
        <mxCell id="MIcNWfqu2G7UR8mHNEVn-40" parent="1" style="sketch=0;pointerEvents=1;shadow=0;dashed=0;html=1;strokeColor=none;fillColor=#434445;aspect=fixed;labelPosition=center;verticalLabelPosition=bottom;verticalAlign=top;align=center;outlineConnect=0;shape=mxgraph.vvd.ssd;" value="" vertex="1">
          <mxGeometry height="39.76" width="56" x="430" y="860.24" as="geometry" />
        </mxCell>
        <mxCell id="MIcNWfqu2G7UR8mHNEVn-41" edge="1" parent="1" source="9Vli-bCbQJat1Q8ghpv_-21" style="edgeStyle=orthogonalEdgeStyle;rounded=0;orthogonalLoop=1;jettySize=auto;html=1;entryX=1;entryY=0;entryDx=0;entryDy=22.5;entryPerimeter=0;strokeColor=light-dark(#000000,#FFACAC);" target="MIcNWfqu2G7UR8mHNEVn-22">
          <mxGeometry relative="1" as="geometry">
            <Array as="points">
              <mxPoint x="450" y="770" />
              <mxPoint x="450" y="200" />
              <mxPoint x="708" y="200" />
            </Array>
          </mxGeometry>
        </mxCell>
        <mxCell id="MIcNWfqu2G7UR8mHNEVn-42" edge="1" parent="1" source="9Vli-bCbQJat1Q8ghpv_-21" style="edgeStyle=orthogonalEdgeStyle;rounded=0;orthogonalLoop=1;jettySize=auto;html=1;entryX=1;entryY=0.5;entryDx=0;entryDy=0;entryPerimeter=0;strokeColor=light-dark(#000000,#FFACAC);" target="MIcNWfqu2G7UR8mHNEVn-23">
          <mxGeometry relative="1" as="geometry">
            <Array as="points">
              <mxPoint x="450" y="770" />
              <mxPoint x="450" y="200" />
              <mxPoint x="790" y="200" />
            </Array>
          </mxGeometry>
        </mxCell>
        <mxCell id="MIcNWfqu2G7UR8mHNEVn-43" parent="1" style="text;html=1;whiteSpace=wrap;strokeColor=none;fillColor=none;align=center;verticalAlign=middle;rounded=0;" value="10.121.123.82" vertex="1">
          <mxGeometry height="30" width="60" x="660" y="180" as="geometry" />
        </mxCell>
        <mxCell id="MIcNWfqu2G7UR8mHNEVn-45" edge="1" parent="1" source="9Vli-bCbQJat1Q8ghpv_-21" style="edgeStyle=orthogonalEdgeStyle;rounded=0;orthogonalLoop=1;jettySize=auto;html=1;entryX=1;entryY=0.5;entryDx=0;entryDy=0;entryPerimeter=0;strokeColor=light-dark(#000000,#FFACAC);" target="9Vli-bCbQJat1Q8ghpv_-36">
          <mxGeometry relative="1" as="geometry">
            <Array as="points">
              <mxPoint x="450" y="770" />
              <mxPoint x="450" y="200" />
              <mxPoint x="145" y="200" />
            </Array>
          </mxGeometry>
        </mxCell>
        <mxCell id="MIcNWfqu2G7UR8mHNEVn-46" parent="1" style="text;html=1;whiteSpace=wrap;strokeColor=none;fillColor=none;align=center;verticalAlign=middle;rounded=0;" value="10.121.123.147" vertex="1">
          <mxGeometry height="30" width="60" x="751" y="180" as="geometry" />
        </mxCell>
        <mxCell id="MIcNWfqu2G7UR8mHNEVn-47" edge="1" parent="1" source="pDRP3hoOsNH6IqBBJrl4-15" style="edgeStyle=orthogonalEdgeStyle;rounded=0;orthogonalLoop=1;jettySize=auto;html=1;exitX=0.75;exitY=0;exitDx=0;exitDy=0;entryX=0.8;entryY=0.461;entryDx=0;entryDy=0;entryPerimeter=0;" target="pDRP3hoOsNH6IqBBJrl4-15">
          <mxGeometry relative="1" as="geometry" />
        </mxCell>
        <mxCell id="MIcNWfqu2G7UR8mHNEVn-48" edge="1" parent="1" source="MIcNWfqu2G7UR8mHNEVn-15" style="endArrow=classic;html=1;rounded=0;entryX=0.317;entryY=0.167;entryDx=0;entryDy=0;fillColor=#d80073;strokeColor=#A50040;exitX=0.75;exitY=1;exitDx=0;exitDy=0;entryPerimeter=0;" target="MIcNWfqu2G7UR8mHNEVn-27" value="">
          <mxGeometry height="50" relative="1" width="50" as="geometry">
            <mxPoint x="720" y="320" as="sourcePoint" />
            <mxPoint x="835" y="395" as="targetPoint" />
          </mxGeometry>
        </mxCell>
        <mxCell id="MIcNWfqu2G7UR8mHNEVn-49" edge="1" parent="1" style="endArrow=classic;html=1;rounded=0;entryX=0.625;entryY=0.2;entryDx=0;entryDy=0;entryPerimeter=0;fillColor=#d80073;strokeColor=#A50040;" target="MIcNWfqu2G7UR8mHNEVn-27" value="">
          <mxGeometry height="50" relative="1" width="50" as="geometry">
            <mxPoint x="788" y="320" as="sourcePoint" />
            <mxPoint x="818" y="397" as="targetPoint" />
          </mxGeometry>
        </mxCell>
        <mxCell id="MIcNWfqu2G7UR8mHNEVn-52" parent="1" style="text;html=1;whiteSpace=wrap;strokeColor=none;fillColor=none;align=center;verticalAlign=middle;rounded=0;rotation=-30;fontColor=light-dark(#000000,#51AFE7);" value="VNC" vertex="1">
          <mxGeometry height="30" width="60" x="565.0007621135331" y="395.00038105676657" as="geometry" />
        </mxCell>
        <mxCell id="MIcNWfqu2G7UR8mHNEVn-54" parent="1" style="text;html=1;whiteSpace=wrap;strokeColor=none;fillColor=none;align=center;verticalAlign=middle;rounded=0;" value="10.121.123.80" vertex="1">
          <mxGeometry height="30" width="60" x="660" y="260" as="geometry" />
        </mxCell>
        <mxCell id="MIcNWfqu2G7UR8mHNEVn-55" parent="1" style="text;html=1;whiteSpace=wrap;strokeColor=none;fillColor=none;align=center;verticalAlign=middle;rounded=0;" value="10.121.123.145" vertex="1">
          <mxGeometry height="30" width="60" x="745" y="260" as="geometry" />
        </mxCell>
        <mxCell id="MIcNWfqu2G7UR8mHNEVn-56" edge="1" parent="1" source="MIcNWfqu2G7UR8mHNEVn-26" style="endArrow=classic;html=1;rounded=0;entryX=0.5;entryY=1;entryDx=0;entryDy=0;exitX=0.4;exitY=0.1;exitDx=0;exitDy=0;exitPerimeter=0;fillColor=#60a917;strokeColor=#2D7600;" target="MIcNWfqu2G7UR8mHNEVn-15" value="">
          <mxGeometry height="50" relative="1" width="50" as="geometry">
            <mxPoint x="685" y="485" as="sourcePoint" />
            <mxPoint x="675" y="320" as="targetPoint" />
          </mxGeometry>
        </mxCell>
        <mxCell id="MIcNWfqu2G7UR8mHNEVn-57" edge="1" parent="1" style="endArrow=classic;html=1;rounded=0;exitX=0.4;exitY=0.1;exitDx=0;exitDy=0;exitPerimeter=0;entryX=0.25;entryY=1;entryDx=0;entryDy=0;fillColor=#60a917;strokeColor=#2D7600;" target="MIcNWfqu2G7UR8mHNEVn-14" value="">
          <mxGeometry height="50" relative="1" width="50" as="geometry">
            <mxPoint x="634" y="528" as="sourcePoint" />
            <mxPoint x="706" y="375" as="targetPoint" />
          </mxGeometry>
        </mxCell>
        <mxCell id="MIcNWfqu2G7UR8mHNEVn-58" parent="1" style="text;html=1;whiteSpace=wrap;strokeColor=none;fillColor=none;align=center;verticalAlign=middle;rounded=0;rotation=-60;fontColor=light-dark(#000000,#669C35);" value="UDP" vertex="1">
          <mxGeometry height="30" width="60" x="609.997592753806" y="470.00317708396716" as="geometry" />
        </mxCell>
        <mxCell id="MIcNWfqu2G7UR8mHNEVn-61" parent="1" style="text;html=1;whiteSpace=wrap;strokeColor=none;fillColor=none;align=center;verticalAlign=middle;rounded=0;rotation=0;fontColor=light-dark(#000000,#AA7942);" value="HTTP" vertex="1">
          <mxGeometry height="30" width="60" x="440.00006046520986" y="1030.0034587474115" as="geometry" />
        </mxCell>
        <mxCell id="MIcNWfqu2G7UR8mHNEVn-63" edge="1" parent="1" source="MIcNWfqu2G7UR8mHNEVn-5" style="edgeStyle=orthogonalEdgeStyle;rounded=0;orthogonalLoop=1;jettySize=auto;html=1;entryX=0.608;entryY=1;entryDx=0;entryDy=0;entryPerimeter=0;curved=0;startArrow=classic;startFill=1;endArrow=none;endFill=0;strokeColor=light-dark(#000000,#FFA9E0);" target="MIcNWfqu2G7UR8mHNEVn-27" value="">
          <mxGeometry relative="1" as="geometry">
            <Array as="points">
              <mxPoint x="430" y="1020" />
              <mxPoint x="430" y="920" />
              <mxPoint x="764" y="920" />
              <mxPoint x="764" y="500" />
            </Array>
            <mxPoint x="360" y="1020" as="sourcePoint" />
            <mxPoint x="764" y="497" as="targetPoint" />
          </mxGeometry>
        </mxCell>
        <mxCell id="MIcNWfqu2G7UR8mHNEVn-62" parent="1" style="text;html=1;whiteSpace=wrap;strokeColor=none;fillColor=none;align=center;verticalAlign=middle;rounded=0;fontColor=light-dark(#000000,#FFA9E0);" value="Multicast Группа 224.1.1.224:6000" vertex="1">
          <mxGeometry height="30" width="60" x="715" y="650" as="geometry" />
        </mxCell>
        <mxCell id="MIcNWfqu2G7UR8mHNEVn-64" parent="1" style="text;html=1;whiteSpace=wrap;strokeColor=none;fillColor=none;align=center;verticalAlign=middle;rounded=0;fontColor=light-dark(#000000,#4A890C);" value="Multicast Группа 224.1.1.225:5000" vertex="1">
          <mxGeometry height="30" width="60" x="608" y="610" as="geometry" />
        </mxCell>
        <mxCell id="MIcNWfqu2G7UR8mHNEVn-71" edge="1" parent="1" style="endArrow=none;html=1;rounded=0;entryX=1;entryY=0.174;entryDx=0;entryDy=0;entryPerimeter=0;" value="">
          <mxGeometry height="50" relative="1" width="50" as="geometry">
            <mxPoint x="239" y="665" as="sourcePoint" />
            <mxPoint x="407" y="664" as="targetPoint" />
          </mxGeometry>
        </mxCell>
        <mxCell id="MIcNWfqu2G7UR8mHNEVn-75" edge="1" parent="1" style="edgeStyle=orthogonalEdgeStyle;rounded=0;orthogonalLoop=1;jettySize=auto;html=1;entryX=0.5;entryY=0;entryDx=0;entryDy=0;curved=1;strokeColor=light-dark(#000000,#0000FF);strokeWidth=3;" target="MIcNWfqu2G7UR8mHNEVn-36">
          <mxGeometry relative="1" as="geometry">
            <Array as="points">
              <mxPoint x="282" y="630" />
              <mxPoint x="550" y="630" />
              <mxPoint x="550" y="790" />
              <mxPoint x="590" y="790" />
            </Array>
            <mxPoint x="282.5" y="695" as="sourcePoint" />
            <mxPoint x="293.5" y="616" as="targetPoint" />
          </mxGeometry>
        </mxCell>
        <mxCell id="MIcNWfqu2G7UR8mHNEVn-73" parent="1" style="rounded=0;whiteSpace=wrap;html=1;fillColor=light-dark(#FFFFFF,#0000FF);" value="Backups schedler" vertex="1">
          <mxGeometry height="20" width="170" x="238" y="640" as="geometry" />
        </mxCell>
      </root>
    </mxGraphModel>
  </diagram>
</mxfile>
